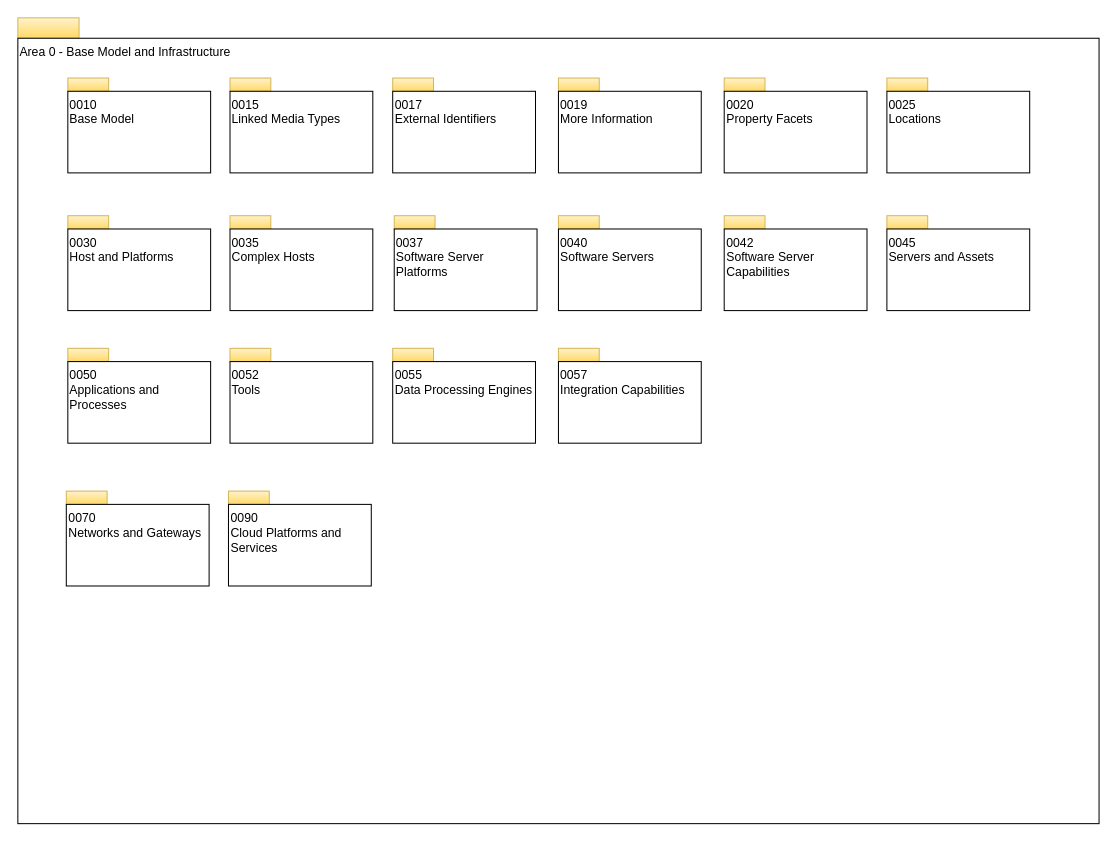
Before: page "overview" (1 of 20) of open-metadata-publication/website/open-metadata-types/area-0-basic-types-and-infrastructure.drawio in odpi/egeria, a draw.io diagram. Source tidied: cells renumbered, new cells numbered last; positions are measured from the earlier drawing's top-left corner, leaving out a move shared by most shapes. Both pictures are drawn from the tidied source at 102%, with x=0, y=0 at pixel (17, 17).
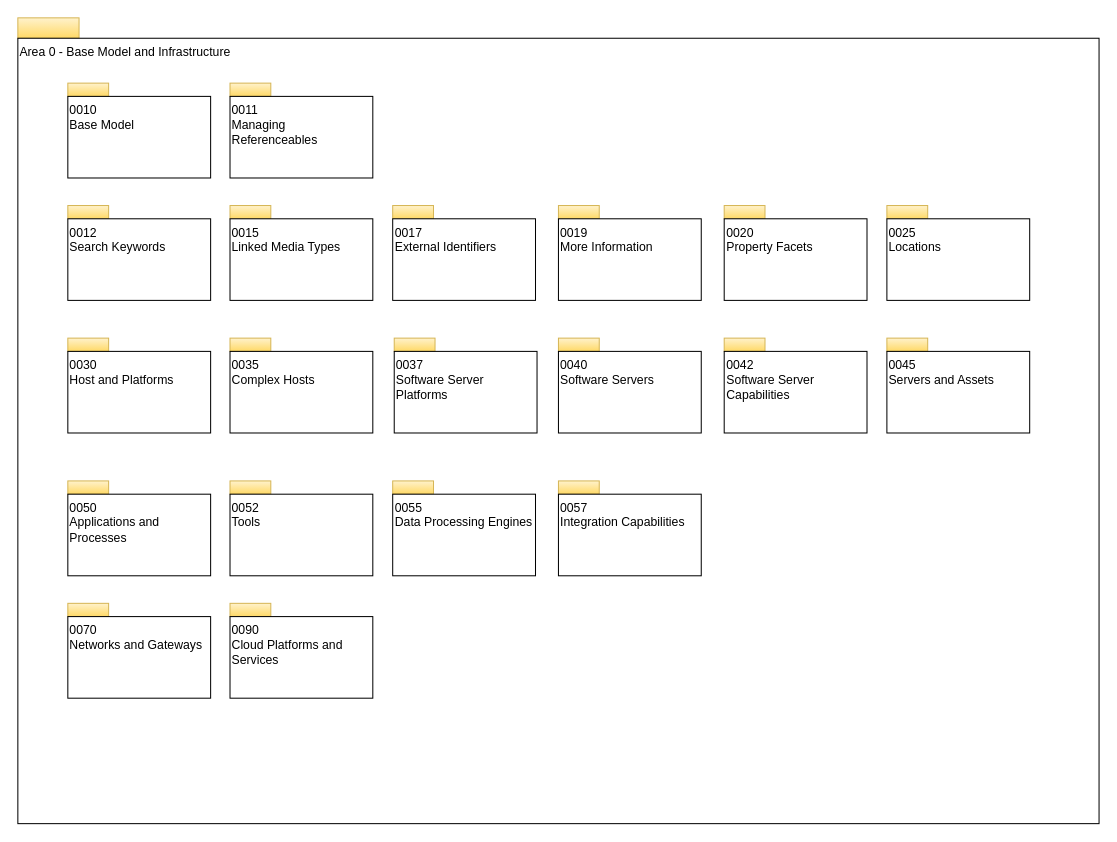
The same page after the edit.

Diff of the diagram source:
```diff
@@
     <mxCell id="4" style="rounded=0;whiteSpace=wrap;html=1;align=left;fillColor=#fff2cc;strokeColor=#d6b656;gradientColor=#ffd966;" parent="1" vertex="1">
-      <mxGeometry x="49" y="59" width="40" height="13" as="geometry" />
+      <mxGeometry x="49" y="184" width="40" height="13" as="geometry" />
     </mxCell>
-    <mxCell id="5" value="0010&lt;br&gt;Base Model" style="rounded=0;whiteSpace=wrap;html=1;align=left;verticalAlign=top;" parent="1" vertex="1">
-      <mxGeometry x="49" y="72" width="140" height="80" as="geometry" />
+    <mxCell id="5" value="0012&lt;br&gt;Search Keywords" style="rounded=0;whiteSpace=wrap;html=1;align=left;verticalAlign=top;" parent="1" vertex="1">
+      <mxGeometry x="49" y="197" width="140" height="80" as="geometry" />
     </mxCell>
     <mxCell id="6" style="rounded=0;whiteSpace=wrap;html=1;align=left;fillColor=#fff2cc;strokeColor=#d6b656;gradientColor=#ffd966;" parent="1" vertex="1">
-      <mxGeometry x="208" y="59" width="40" height="13" as="geometry" />
+      <mxGeometry x="208" y="184" width="40" height="13" as="geometry" />
     </mxCell>
     <mxCell id="7" value="0015&lt;br&gt;Linked Media Types" style="rounded=0;whiteSpace=wrap;html=1;align=left;verticalAlign=top;" parent="1" vertex="1">
-      <mxGeometry x="208" y="72" width="140" height="80" as="geometry" />
+      <mxGeometry x="208" y="197" width="140" height="80" as="geometry" />
     </mxCell>
     <mxCell id="8" style="rounded=0;whiteSpace=wrap;html=1;align=left;fillColor=#fff2cc;strokeColor=#d6b656;gradientColor=#ffd966;" parent="1" vertex="1">
-      <mxGeometry x="367.5" y="59" width="40" height="13" as="geometry" />
+      <mxGeometry x="367.5" y="184" width="40" height="13" as="geometry" />
     </mxCell>
     <mxCell id="9" value="0017&lt;br&gt;External Identifiers&lt;br&gt;" style="rounded=0;whiteSpace=wrap;html=1;align=left;verticalAlign=top;" parent="1" vertex="1">
-      <mxGeometry x="367.5" y="72" width="140" height="80" as="geometry" />
+      <mxGeometry x="367.5" y="197" width="140" height="80" as="geometry" />
     </mxCell>
     <mxCell id="10" style="rounded=0;whiteSpace=wrap;html=1;align=left;fillColor=#fff2cc;strokeColor=#d6b656;gradientColor=#ffd966;" parent="1" vertex="1">
-      <mxGeometry x="692.5" y="59" width="40" height="13" as="geometry" />
+      <mxGeometry x="692.5" y="184" width="40" height="13" as="geometry" />
     </mxCell>
     <mxCell id="11" value="0020&lt;br&gt;Property Facets&lt;br&gt;" style="rounded=0;whiteSpace=wrap;html=1;align=left;verticalAlign=top;" parent="1" vertex="1">
-      <mxGeometry x="692.5" y="72" width="140" height="80" as="geometry" />
+      <mxGeometry x="692.5" y="197" width="140" height="80" as="geometry" />
     </mxCell>
     <mxCell id="12" style="rounded=0;whiteSpace=wrap;html=1;align=left;fillColor=#fff2cc;strokeColor=#d6b656;gradientColor=#ffd966;" parent="1" vertex="1">
-      <mxGeometry x="852" y="59" width="40" height="13" as="geometry" />
+      <mxGeometry x="852" y="184" width="40" height="13" as="geometry" />
     </mxCell>
     <mxCell id="13" value="0025&lt;br&gt;Locations&lt;br&gt;" style="rounded=0;whiteSpace=wrap;html=1;align=left;verticalAlign=top;" parent="1" vertex="1">
-      <mxGeometry x="852" y="72" width="140" height="80" as="geometry" />
+      <mxGeometry x="852" y="197" width="140" height="80" as="geometry" />
     </mxCell>
     <mxCell id="14" style="rounded=0;whiteSpace=wrap;html=1;align=left;fillColor=#fff2cc;strokeColor=#d6b656;gradientColor=#ffd966;" parent="1" vertex="1">
-      <mxGeometry x="49" y="194" width="40" height="13" as="geometry" />
+      <mxGeometry x="49" y="314" width="40" height="13" as="geometry" />
     </mxCell>
     <mxCell id="15" value="0030&lt;br&gt;Host and Platforms&lt;br&gt;" style="rounded=0;whiteSpace=wrap;html=1;align=left;verticalAlign=top;" parent="1" vertex="1">
-      <mxGeometry x="49" y="207" width="140" height="80" as="geometry" />
+      <mxGeometry x="49" y="327" width="140" height="80" as="geometry" />
     </mxCell>
     <mxCell id="16" style="rounded=0;whiteSpace=wrap;html=1;align=left;fillColor=#fff2cc;strokeColor=#d6b656;gradientColor=#ffd966;" parent="1" vertex="1">
-      <mxGeometry x="208" y="194" width="40" height="13" as="geometry" />
+      <mxGeometry x="208" y="314" width="40" height="13" as="geometry" />
     </mxCell>
     <mxCell id="17" value="0035&lt;br&gt;Complex Hosts&lt;br&gt;" style="rounded=0;whiteSpace=wrap;html=1;align=left;verticalAlign=top;" parent="1" vertex="1">
-      <mxGeometry x="208" y="207" width="140" height="80" as="geometry" />
+      <mxGeometry x="208" y="327" width="140" height="80" as="geometry" />
     </mxCell>
     <mxCell id="18" style="rounded=0;whiteSpace=wrap;html=1;align=left;fillColor=#fff2cc;strokeColor=#d6b656;gradientColor=#ffd966;" parent="1" vertex="1">
-      <mxGeometry x="530" y="194" width="40" height="13" as="geometry" />
+      <mxGeometry x="530" y="314" width="40" height="13" as="geometry" />
     </mxCell>
     <mxCell id="19" value="0040&lt;br&gt;Software Servers&lt;br&gt;" style="rounded=0;whiteSpace=wrap;html=1;align=left;verticalAlign=top;" parent="1" vertex="1">
-      <mxGeometry x="530" y="207" width="140" height="80" as="geometry" />
+      <mxGeometry x="530" y="327" width="140" height="80" as="geometry" />
     </mxCell>
     <mxCell id="20" style="rounded=0;whiteSpace=wrap;html=1;align=left;fillColor=#fff2cc;strokeColor=#d6b656;gradientColor=#ffd966;" parent="1" vertex="1">
-      <mxGeometry x="692.5" y="194" width="40" height="13" as="geometry" />
+      <mxGeometry x="692.5" y="314" width="40" height="13" as="geometry" />
     </mxCell>
     <mxCell id="21" value="0042&lt;br&gt;Software Server Capabilities&lt;br&gt;" style="rounded=0;whiteSpace=wrap;html=1;align=left;verticalAlign=top;" parent="1" vertex="1">
-      <mxGeometry x="692.5" y="207" width="140" height="80" as="geometry" />
+      <mxGeometry x="692.5" y="327" width="140" height="80" as="geometry" />
     </mxCell>
     <mxCell id="22" style="rounded=0;whiteSpace=wrap;html=1;align=left;fillColor=#fff2cc;strokeColor=#d6b656;gradientColor=#ffd966;" parent="1" vertex="1">
-      <mxGeometry x="47.5" y="464" width="40" height="13" as="geometry" />
+      <mxGeometry x="49" y="574" width="40" height="13" as="geometry" />
     </mxCell>
     <mxCell id="23" value="0070&lt;br&gt;Networks and Gateways&lt;br&gt;" style="rounded=0;whiteSpace=wrap;html=1;align=left;verticalAlign=top;" parent="1" vertex="1">
-      <mxGeometry x="47.5" y="477" width="140" height="80" as="geometry" />
+      <mxGeometry x="49" y="587" width="140" height="80" as="geometry" />
     </mxCell>
     <mxCell id="24" style="rounded=0;whiteSpace=wrap;html=1;align=left;fillColor=#fff2cc;strokeColor=#d6b656;gradientColor=#ffd966;" parent="1" vertex="1">
-      <mxGeometry x="206.5" y="464" width="40" height="13" as="geometry" />
+      <mxGeometry x="208" y="574" width="40" height="13" as="geometry" />
     </mxCell>
     <mxCell id="25" value="0090&lt;br&gt;Cloud Platforms and Services&lt;br&gt;" style="rounded=0;whiteSpace=wrap;html=1;align=left;verticalAlign=top;" parent="1" vertex="1">
-      <mxGeometry x="206.5" y="477" width="140" height="80" as="geometry" />
+      <mxGeometry x="208" y="587" width="140" height="80" as="geometry" />
     </mxCell>
     <mxCell id="26" style="rounded=0;whiteSpace=wrap;html=1;align=left;fillColor=#fff2cc;strokeColor=#d6b656;gradientColor=#ffd966;" parent="1" vertex="1">
-      <mxGeometry x="49" y="324" width="40" height="13" as="geometry" />
+      <mxGeometry x="49" y="454" width="40" height="13" as="geometry" />
     </mxCell>
     <mxCell id="27" value="0050&lt;br&gt;Applications and&lt;br&gt;Processes&lt;br&gt;" style="rounded=0;whiteSpace=wrap;html=1;align=left;verticalAlign=top;" parent="1" vertex="1">
-      <mxGeometry x="49" y="337" width="140" height="80" as="geometry" />
+      <mxGeometry x="49" y="467" width="140" height="80" as="geometry" />
     </mxCell>
     <mxCell id="28" style="rounded=0;whiteSpace=wrap;html=1;align=left;fillColor=#fff2cc;strokeColor=#d6b656;gradientColor=#ffd966;" parent="1" vertex="1">
-      <mxGeometry x="208" y="324" width="40" height="13" as="geometry" />
+      <mxGeometry x="208" y="454" width="40" height="13" as="geometry" />
     </mxCell>
     <mxCell id="29" value="0052&lt;br&gt;Tools&lt;br&gt;" style="rounded=0;whiteSpace=wrap;html=1;align=left;verticalAlign=top;" parent="1" vertex="1">
-      <mxGeometry x="208" y="337" width="140" height="80" as="geometry" />
+      <mxGeometry x="208" y="467" width="140" height="80" as="geometry" />
     </mxCell>
     <mxCell id="30" style="rounded=0;whiteSpace=wrap;html=1;align=left;fillColor=#fff2cc;strokeColor=#d6b656;gradientColor=#ffd966;" parent="1" vertex="1">
-      <mxGeometry x="367.5" y="324" width="40" height="13" as="geometry" />
+      <mxGeometry x="367.5" y="454" width="40" height="13" as="geometry" />
     </mxCell>
     <mxCell id="31" value="0055&lt;br&gt;Data Processing Engines&lt;br&gt;" style="rounded=0;whiteSpace=wrap;html=1;align=left;verticalAlign=top;" parent="1" vertex="1">
-      <mxGeometry x="367.5" y="337" width="140" height="80" as="geometry" />
+      <mxGeometry x="367.5" y="467" width="140" height="80" as="geometry" />
     </mxCell>
     <mxCell id="32" style="rounded=0;whiteSpace=wrap;html=1;align=left;fillColor=#fff2cc;strokeColor=#d6b656;gradientColor=#ffd966;" parent="1" vertex="1">
-      <mxGeometry x="369" y="194" width="40" height="13" as="geometry" />
+      <mxGeometry x="369" y="314" width="40" height="13" as="geometry" />
     </mxCell>
     <mxCell id="33" value="0037&lt;br&gt;Software Server Platforms" style="rounded=0;whiteSpace=wrap;html=1;align=left;verticalAlign=top;" parent="1" vertex="1">
-      <mxGeometry x="369" y="207" width="140" height="80" as="geometry" />
+      <mxGeometry x="369" y="327" width="140" height="80" as="geometry" />
     </mxCell>
     <mxCell id="34" style="rounded=0;whiteSpace=wrap;html=1;align=left;fillColor=#fff2cc;strokeColor=#d6b656;gradientColor=#ffd966;" parent="1" vertex="1">
-      <mxGeometry x="852" y="194" width="40" height="13" as="geometry" />
+      <mxGeometry x="852" y="314" width="40" height="13" as="geometry" />
     </mxCell>
     <mxCell id="35" value="0045&lt;br&gt;Servers and Assets&lt;br&gt;" style="rounded=0;whiteSpace=wrap;html=1;align=left;verticalAlign=top;" parent="1" vertex="1">
-      <mxGeometry x="852" y="207" width="140" height="80" as="geometry" />
+      <mxGeometry x="852" y="327" width="140" height="80" as="geometry" />
     </mxCell>
     <mxCell id="36" style="rounded=0;whiteSpace=wrap;html=1;align=left;fillColor=#fff2cc;strokeColor=#d6b656;gradientColor=#ffd966;" parent="1" vertex="1">
-      <mxGeometry x="530" y="59" width="40" height="13" as="geometry" />
+      <mxGeometry x="530" y="184" width="40" height="13" as="geometry" />
     </mxCell>
     <mxCell id="37" value="0019&lt;br&gt;More Information" style="rounded=0;whiteSpace=wrap;html=1;align=left;verticalAlign=top;" parent="1" vertex="1">
-      <mxGeometry x="530" y="72" width="140" height="80" as="geometry" />
+      <mxGeometry x="530" y="197" width="140" height="80" as="geometry" />
     </mxCell>
     <mxCell id="38" style="rounded=0;whiteSpace=wrap;html=1;align=left;fillColor=#fff2cc;strokeColor=#d6b656;gradientColor=#ffd966;" parent="1" vertex="1">
-      <mxGeometry x="530" y="324" width="40" height="13" as="geometry" />
+      <mxGeometry x="530" y="454" width="40" height="13" as="geometry" />
     </mxCell>
     <mxCell id="39" value="0057&lt;br&gt;Integration Capabilities" style="rounded=0;whiteSpace=wrap;html=1;align=left;verticalAlign=top;" parent="1" vertex="1">
-      <mxGeometry x="530" y="337" width="140" height="80" as="geometry" />
+      <mxGeometry x="530" y="467" width="140" height="80" as="geometry" />
     </mxCell>
+    <mxCell id="40" style="rounded=0;whiteSpace=wrap;html=1;align=left;fillColor=#fff2cc;strokeColor=#d6b656;gradientColor=#ffd966;" parent="1" vertex="1">
+      <mxGeometry x="49" y="64" width="40" height="13" as="geometry" />
+    </mxCell>
+    <mxCell id="41" value="0010&lt;br&gt;Base Model" style="rounded=0;whiteSpace=wrap;html=1;align=left;verticalAlign=top;" parent="1" vertex="1">
+      <mxGeometry x="49" y="77" width="140" height="80" as="geometry" />
+    </mxCell>
+    <mxCell id="42" style="rounded=0;whiteSpace=wrap;html=1;align=left;fillColor=#fff2cc;strokeColor=#d6b656;gradientColor=#ffd966;" parent="1" vertex="1">
+      <mxGeometry x="208" y="64" width="40" height="13" as="geometry" />
+    </mxCell>
+    <mxCell id="43" value="0011&lt;br&gt;Managing Referenceables" style="rounded=0;whiteSpace=wrap;html=1;align=left;verticalAlign=top;" parent="1" vertex="1">
+      <mxGeometry x="208" y="77" width="140" height="80" as="geometry" />
+    </mxCell>
```
